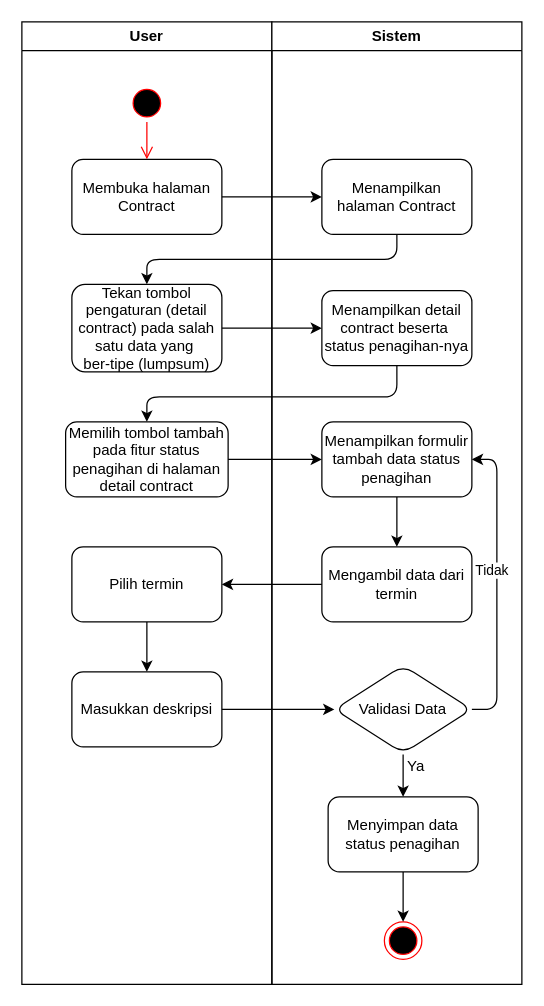
The draw.io diagram contract/tambahstatuspenagihan.drawio in rismanrhz/idms, before the edit. Source tidied: cells renumbered, new cells numbered last; positions are measured from the earlier drawing's top-left corner, leaving out a move shared by most shapes. Both pictures are drawn from the tidied source at 125%, with x=0, y=0 at pixel (21, 21).
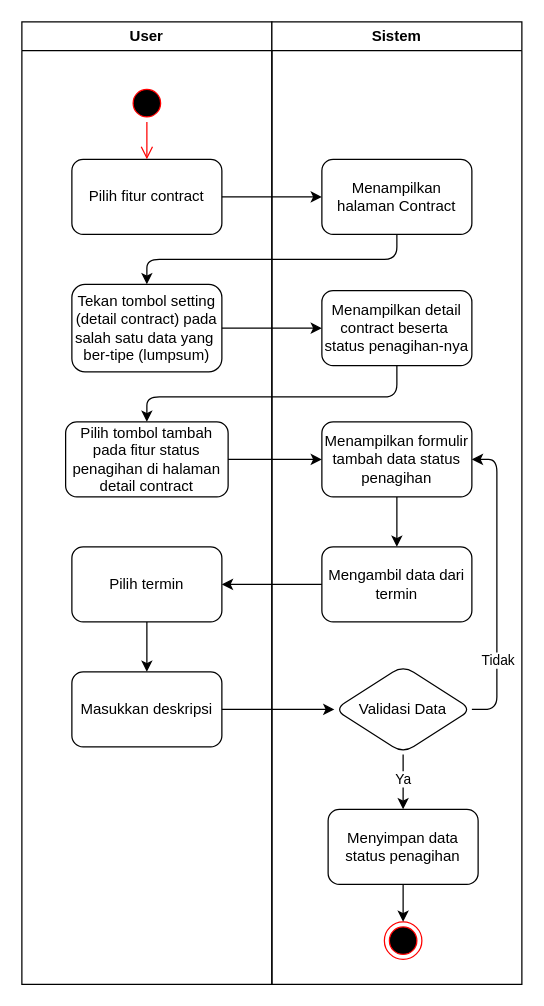
Above is the later version.

Unchanged cells that the change refers to:
```xml
<mxCell id="2" value="User" style="swimlane;whiteSpace=wrap;html=1;" parent="1" vertex="1">
  <mxGeometry width="200" height="770" as="geometry" />
</mxCell>
<mxCell id="9" value="Sistem" style="swimlane;whiteSpace=wrap;html=1;" parent="1" vertex="1">
  <mxGeometry x="200" width="200" height="770" as="geometry" />
</mxCell>
<mxCell id="23" style="edgeStyle=none;html=1;entryX=1;entryY=0.5;entryDx=0;entryDy=0;exitX=1;exitY=0.5;exitDx=0;exitDy=0;" parent="1" edge="1" source="26" target="22">
  <mxGeometry relative="1" as="geometry">
    <Array as="points">
      <mxPoint x="380" y="550" />
      <mxPoint x="380" y="350" />
    </Array>
  </mxGeometry>
</mxCell>
<mxCell id="25" style="edgeStyle=none;html=1;" parent="1" edge="1" target="13">
  <mxGeometry relative="1" as="geometry">
    <mxPoint x="305" y="586" as="sourcePoint" />
  </mxGeometry>
</mxCell>
```

What changed in the source:
```diff
@@
-    <mxCell id="4" value="Membuka halaman Contract" style="rounded=1;whiteSpace=wrap;html=1;" parent="2" vertex="1">
+    <mxCell id="4" value="Pilih fitur contract" style="rounded=1;whiteSpace=wrap;html=1;" parent="2" vertex="1">
       <mxGeometry x="40" y="110" width="120" height="60" as="geometry" />
     </mxCell>
@@
-    <mxCell id="6" value="Tekan tombol pengaturan (detail contract) pada salah satu data yang&amp;nbsp;&lt;div&gt;ber-tipe (lumpsum)&lt;/div&gt;" style="rounded=1;whiteSpace=wrap;html=1;" parent="2" vertex="1">
+    <mxCell id="6" value="Tekan tombol setting (detail contract) pada salah satu data yang&amp;nbsp;&lt;div&gt;ber-tipe (lumpsum)&lt;/div&gt;" style="rounded=1;whiteSpace=wrap;html=1;" parent="2" vertex="1">
       <mxGeometry x="40" y="210" width="120" height="70" as="geometry" />
     </mxCell>
@@
-    <mxCell id="8" value="Memilih tombol tambah pada fitur status penagihan di halaman detail contract" style="rounded=1;whiteSpace=wrap;html=1;" parent="2" vertex="1">
+    <mxCell id="8" value="Pilih tombol tambah pada fitur status penagihan di halaman detail contract" style="rounded=1;whiteSpace=wrap;html=1;" parent="2" vertex="1">
       <mxGeometry x="35" y="320" width="130" height="60" as="geometry" />
     </mxCell>
@@
     <mxCell id="13" value="Menyimpan data status penagihan" style="rounded=1;whiteSpace=wrap;html=1;" parent="9" vertex="1">
-      <mxGeometry x="45" y="620" width="120" height="60" as="geometry" />
+      <mxGeometry x="45" y="630" width="120" height="60" as="geometry" />
     </mxCell>
@@
     <mxCell id="24" value="Tidak" style="edgeLabel;html=1;align=center;verticalAlign=middle;" parent="23" vertex="1">
-      <mxGeometry x="0.1" y="5" relative="1" as="geometry" />
+      <mxGeometry x="0.1" y="5" relative="1" as="geometry">
+        <mxPoint x="5" y="72" as="offset" />
+      </mxGeometry>
     </mxCell>
@@
+    <mxCell id="27" value="Ya" style="edgeLabel;html=1;align=center;verticalAlign=middle;" parent="25" vertex="1">
+      <mxGeometry x="-0.45" y="-1" relative="1" as="geometry">
+        <mxPoint y="7" as="offset" />
+      </mxGeometry>
+    </mxCell>
@@
-    <mxCell id="27" value="Ya" style="text;html=1;align=center;verticalAlign=middle;strokeColor=none;fillColor=none;" parent="1" vertex="1">
-      <mxGeometry x="295" y="581" width="40" height="30" as="geometry" />
-    </mxCell>
```
